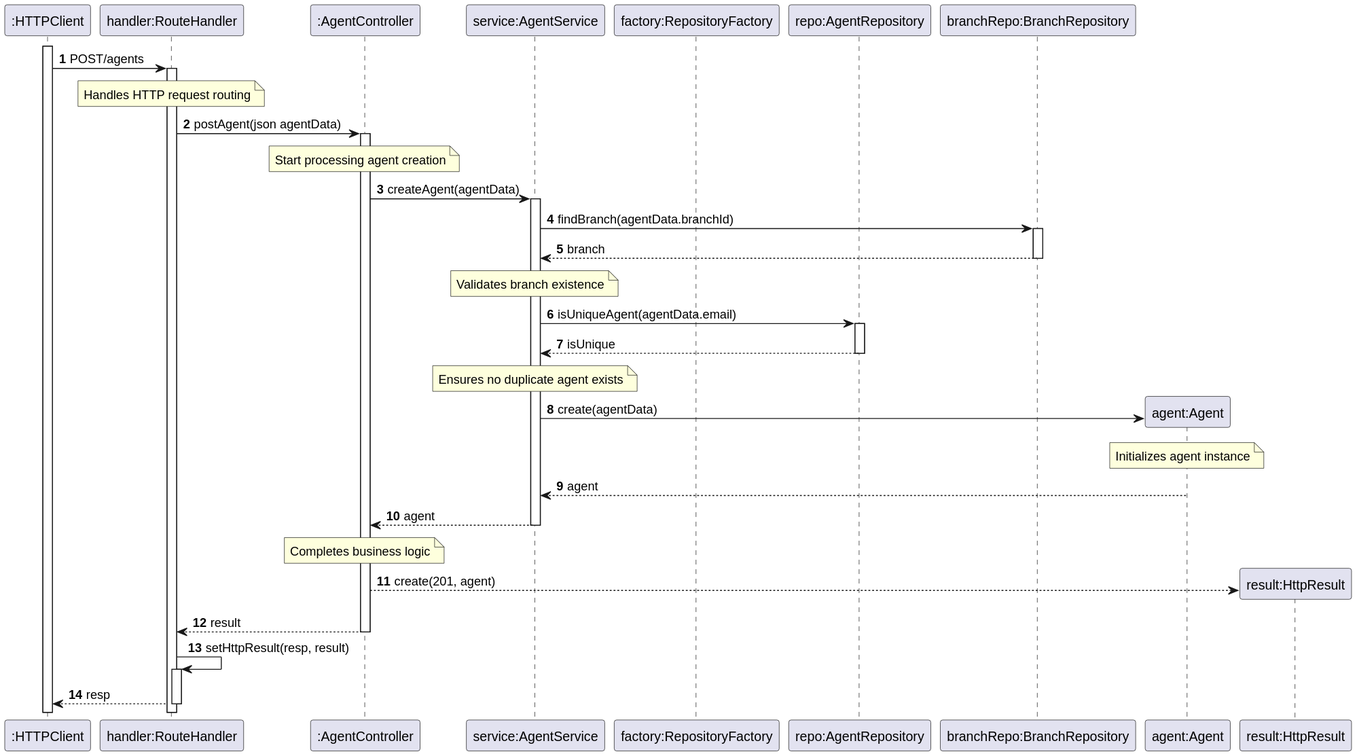
Before: docs/Sprint4/US11/US11-SD-RestAPI.svg, a diagram exported from PlantUML (goncalomaia18/leti-esoft-24-25-A2).
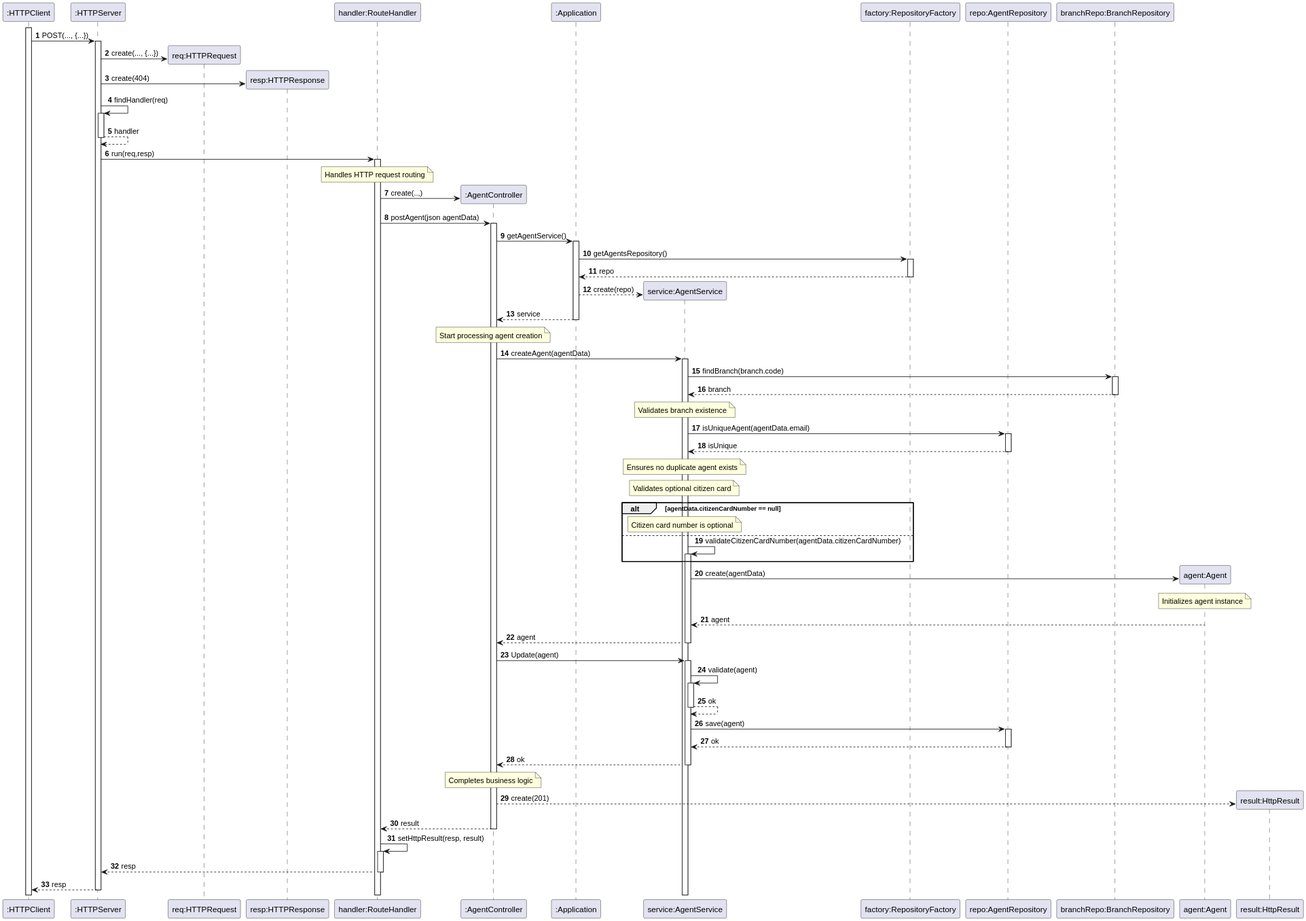
Later version of the same file.

Diff of the diagram source:
```diff
@@ -4,8 +4,12 @@
 autonumber
 
 participant ":HTTPClient" as HTTPClient
+participant ":HTTPServer" as HTTPServer
+participant "req:HTTPRequest" as HTTPRequest
+participant "resp:HTTPResponse" as HTTPResponse
 participant "handler:RouteHandler" as System
 participant ":AgentController" as Ctrl
+participant ":Application" as Person
 participant "service:AgentService" as Service
 participant "factory:RepositoryFactory" as Factory
 participant "repo:AgentRepository" as Repo
@@ -15,24 +19,48 @@
 
 activate HTTPClient
 
-HTTPClient -> System: POST/agents
+HTTPClient -> HTTPServer: POST(..., {...})
+HTTPServer -> HTTPRequest**: create(..., {...})
+HTTPServer -> HTTPResponse**: create(404)
+HTTPServer -> HTTPServer: findHandler(req)
+HTTPServer --> HTTPServer: handler
+HTTPServer -> System: run(req,resp)
 note over System: Handles HTTP request routing
+System -> Ctrl**:create(..,)
 System -> Ctrl: postAgent(json agentData)
+Ctrl -> Person: getAgentService()
+Person -> Factory : getAgentsRepository()
+Factory --> Person: repo
+Person -->Service**: create(repo)
+Person --> Ctrl: service
 note over Ctrl: Start processing agent creation
 Ctrl -> Service: createAgent(agentData)
-Service -> BranchRepo: findBranch(agentData.branchId)
+Service -> BranchRepo: findBranch(branch.code)
 BranchRepo --> Service: branch
 note over Service: Validates branch existence
 Service -> Repo: isUniqueAgent(agentData.email)
 Repo --> Service: isUnique
 note over Service: Ensures no duplicate agent exists
+note over Service: Validates optional citizen card
+alt agentData.citizenCardNumber == null
+    note over Service: Citizen card number is optional
+else
+    Service -> Service: validateCitizenCardNumber(agentData.citizenCardNumber)
+end
 Service -> Agent**: create(agentData)
 note over Agent: Initializes agent instance
 Agent --> Service: agent
 Service --> Ctrl: agent
+Ctrl -> Service: Update(agent)
+Service -> Service : validate(agent)
+Service --> Service : ok
+Service -> Repo: save(agent)
+Repo --> Service : ok
+Service --> Ctrl: ok
 note over Ctrl: Completes business logic
-Ctrl --> Result**: create(201, agent)
+Ctrl --> Result**: create(201)
 Ctrl --> System: result
 System -> System: setHttpResult(resp, result)
-System --> HTTPClient: resp
+System --> HTTPServer: resp
+HTTPServer --> HTTPClient: resp
 @enduml
```
